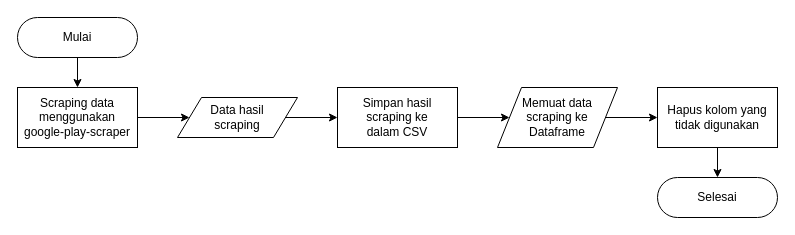
mksyfla/analysis-sentiment-using-svm keeps this draw.io diagram as page "Scraping" (2 of 9) of Untitled Diagram.drawio. Above is the earlier version. Source tidied: cells renumbered, new cells numbered last; positions are measured from the earlier drawing's top-left corner, leaving out a move shared by most shapes. Both pictures are drawn from the tidied source at 100%, with x=0, y=0 at pixel (17, 17).
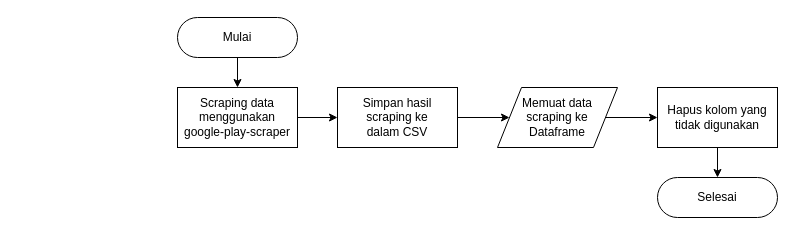
After the change.

The edit, as a diff of the source:
```diff
@@
 <mxGraphModel>
   <root>
     <mxCell id="0" />
     <mxCell id="1" parent="0" />
     <mxCell id="2" style="edgeStyle=orthogonalEdgeStyle;rounded=0;jettySize=auto;html=1;" parent="1" edge="1" source="3" target="5">
       <mxGeometry relative="1" as="geometry" />
     </mxCell>
     <mxCell id="3" value="Mulai" style="html=1;dashed=0;whiteSpace=wrap;shape=mxgraph.dfd.start;" parent="1" vertex="1">
-      <mxGeometry width="120" height="40" as="geometry" />
+      <mxGeometry x="160" width="120" height="40" as="geometry" />
     </mxCell>
-    <mxCell id="4" style="edgeStyle=orthogonalEdgeStyle;rounded=0;jettySize=auto;html=1;" parent="1" edge="1" source="5" target="12">
-      <mxGeometry relative="1" as="geometry" />
-    </mxCell>
+    <mxCell id="15" style="edgeStyle=orthogonalEdgeStyle;rounded=0;jettySize=auto;html=1;" parent="1" edge="1" source="5" target="10">
+      <mxGeometry relative="1" as="geometry" />
+    </mxCell>
     <mxCell id="5" value="&lt;div&gt;Scraping data&lt;/div&gt;&lt;div&gt;menggunakan&lt;/div&gt;&lt;div&gt;google-play-scraper&lt;/div&gt;" style="html=1;dashed=0;whiteSpace=wrap;" parent="1" vertex="1">
-      <mxGeometry y="70" width="120" height="60" as="geometry" />
+      <mxGeometry x="160" y="70" width="120" height="60" as="geometry" />
     </mxCell>
     <mxCell id="6" style="edgeStyle=orthogonalEdgeStyle;rounded=0;jettySize=auto;html=1;" parent="1" edge="1" source="7" target="8">
       <mxGeometry relative="1" as="geometry" />
     </mxCell>
     <mxCell id="7" value="&lt;div&gt;Hapus kolom&amp;nbsp;yang tidak digunakan&lt;/div&gt;" style="html=1;dashed=0;whiteSpace=wrap;" parent="1" vertex="1">
       <mxGeometry x="640" y="70" width="120" height="60" as="geometry" />
     </mxCell>
     <mxCell id="8" value="Selesai" style="html=1;dashed=0;whiteSpace=wrap;shape=mxgraph.dfd.start;" parent="1" vertex="1">
       <mxGeometry x="640" y="160" width="120" height="40" as="geometry" />
     </mxCell>
     <mxCell id="9" style="edgeStyle=orthogonalEdgeStyle;rounded=0;jettySize=auto;html=1;" parent="1" edge="1" source="10" target="14">
       <mxGeometry relative="1" as="geometry" />
     </mxCell>
     <mxCell id="10" value="&lt;div&gt;Simpan hasil&lt;/div&gt;&lt;div&gt;scraping ke&lt;/div&gt;&lt;div&gt;dalam CSV&lt;/div&gt;" style="html=1;dashed=0;whiteSpace=wrap;" parent="1" vertex="1">
       <mxGeometry x="320" y="70" width="120" height="60" as="geometry" />
     </mxCell>
-    <mxCell id="11" style="edgeStyle=orthogonalEdgeStyle;rounded=0;jettySize=auto;html=1;" parent="1" edge="1" source="12" target="10">
-      <mxGeometry relative="1" as="geometry" />
-    </mxCell>
-    <mxCell id="12" value="&lt;div&gt;Data hasil&lt;/div&gt;&lt;div&gt;scraping&lt;/div&gt;" style="shape=parallelogram;perimeter=parallelogramPerimeter;whiteSpace=wrap;html=1;dashed=0;" parent="1" vertex="1">
-      <mxGeometry x="160" y="80" width="120" height="40" as="geometry" />
-    </mxCell>
     <mxCell id="13" style="edgeStyle=orthogonalEdgeStyle;rounded=0;jettySize=auto;html=1;" parent="1" edge="1" source="14" target="7">
       <mxGeometry relative="1" as="geometry" />
     </mxCell>
     <mxCell id="14" value="&lt;div&gt;Memuat data&lt;/div&gt;&lt;div&gt;scraping ke&lt;/div&gt;&lt;div&gt;Dataframe&lt;/div&gt;" style="shape=parallelogram;perimeter=parallelogramPerimeter;whiteSpace=wrap;html=1;dashed=0;" parent="1" vertex="1">
       <mxGeometry x="480" y="70" width="120" height="60" as="geometry" />
     </mxCell>
   </root>
 </mxGraphModel>
```
